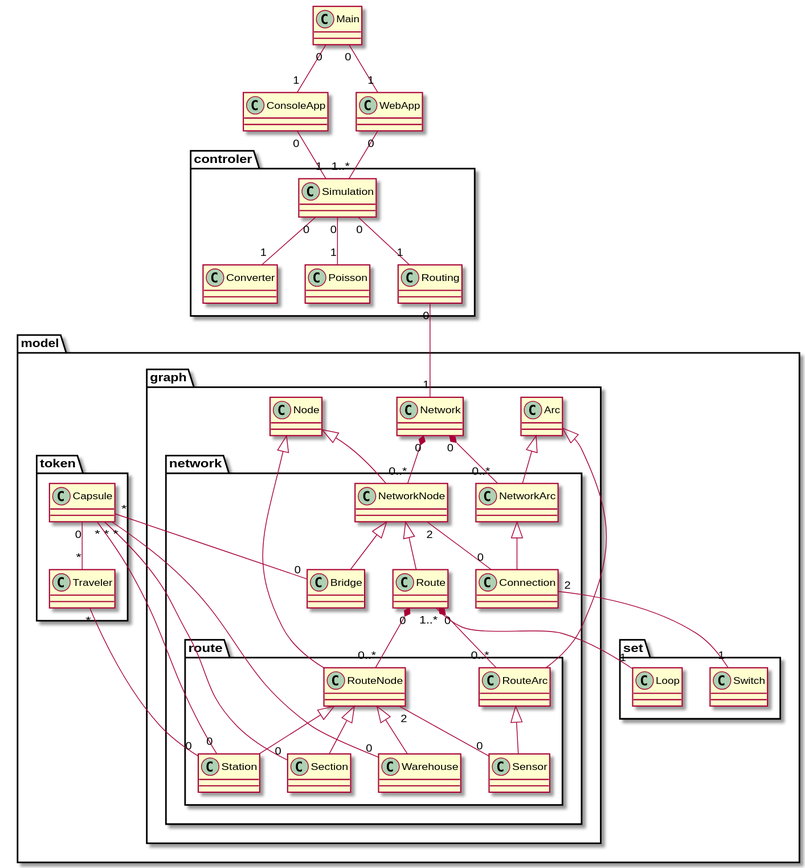
This is docs/classes-0.3.svg from PolariTOON/urbanloop-global-simulator, a PlantUML export, as it was before one commit. Its source is kept beside it as docs/classes-0.3.plantuml.
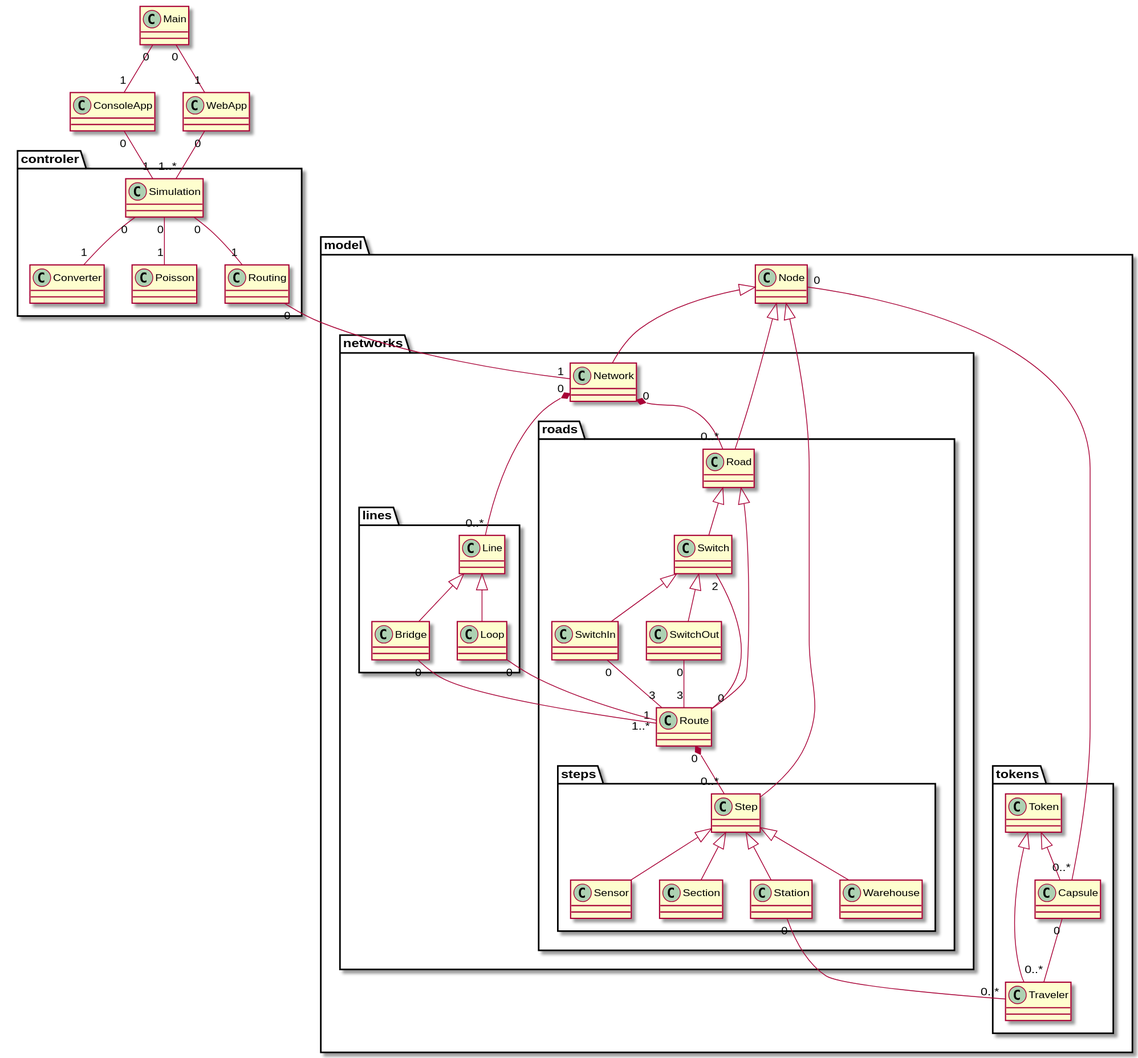
After the change.

Commit message:
Retrait du concept d'arcs dans le diagramme des classes

The edit, as a diff of the source:
```diff
@@ -10,31 +10,31 @@
 	class Routing
 }
 package model {
-	package graph {
+	class Node
+	package networks {
 		class Network
-		class Arc
-		class Node
-		package network {
-			class NetworkArc
-			class NetworkNode
-			class Connection
-			class Bridge
+		package roads {
+			class Road
+			class Switch
+			class SwitchIn
+			class SwitchOut
 			class Route
-			package route {
-				class RouteArc
-				class RouteNode
+			package steps {
+				class Step
 				class Sensor
 				class Section
 				class Station
 				class Warehouse
 			}
 		}
+		package lines {
+			class Line
+			class Bridge
+			class Loop
+		}
 	}
-	package set {
-		class Switch
-		class Loop
-	}
-	package token {
+	package tokens {
+		class Token
 		class Capsule
 		class Traveler
 	}
@@ -48,30 +48,31 @@
 Simulation "0"--"1" Poisson
 Simulation "0"--"1" Routing
 Routing "0"--"1" Network
-Network "0"*--"0..*" NetworkArc
-Network "0"*--"0..*" NetworkNode
-Arc <|-- NetworkArc
-Arc <|-- RouteArc
-Node <|-- NetworkNode
-Node <|-- RouteNode
-NetworkArc <|-- Connection
-NetworkNode <|-- Bridge
-NetworkNode <|-- Route
-NetworkNode "2"--"0" Connection
-Route "0"*--"0..*" RouteArc
-Route "0"*--"0..*" RouteNode
-RouteArc <|-- Sensor
-RouteNode <|-- Section
-RouteNode <|-- Station
-RouteNode <|-- Warehouse
-RouteNode "2"--"0" Sensor
-Connection "2"-right-"1" Switch
-Route "1..*"-right-"1" Loop
-Capsule "*"-right-"0" Bridge
-Capsule "*"-right-"0" Section
-Capsule "*"-right-"0" Station
-Capsule "*"-right-"0" Warehouse
-Traveler "*"-right-"0" Station
-Traveler "*"-up-"0" Capsule
+Node <|-- Network
+Node <|-- Road
+Node <|-- Step
+Node "0"--"0..*" Capsule
+Network "0"*--"0..*" Road
+Network "0"*--"0..*" Line
+Road <|-- Switch
+Road <|-- Route
+Switch <|-- SwitchIn
+Switch <|-- SwitchOut
+SwitchIn "0"--"3" Route
+SwitchOut "0"--"3" Route
+Route "0"--"2" Switch
+Route "0"*--"0..*" Step
+Step <|-- Section
+Step <|-- Sensor
+Step <|-- Station
+Step <|-- Warehouse
+Station "0"--"0..*" Traveler
+Line <|-- Bridge
+Line <|-- Loop
+Bridge "0"--"1" Route
+Loop "0"--"1..*" Route
+Token <|-- Capsule
+Token <|-- Traveler
+Capsule "0"--"0..*" Traveler
 
 @enduml
```
